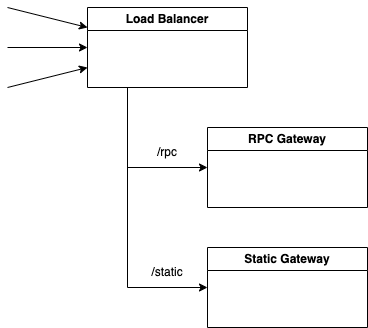
This is lab-01-diagram.drawio.png from matsuev/sirius, a draw.io export, as it was before one commit. Source tidied: cells renumbered, new cells last; positions are measured from the earlier drawing's top-left corner, leaving out a move shared by most shapes.
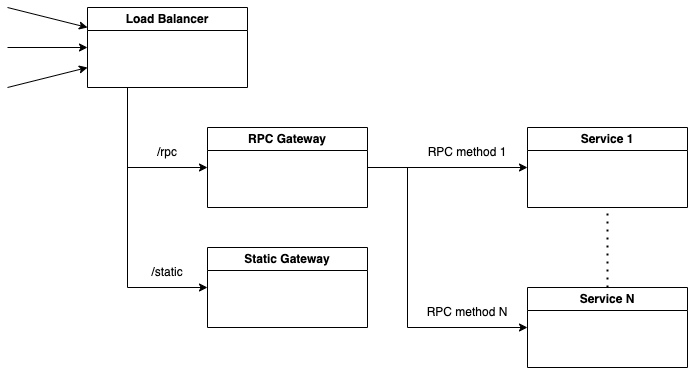
Above is the later version.

What changed in the source:
```diff
@@ -47,5 +47,31 @@
     <mxCell id="11" value="/static" style="text;html=1;strokeColor=none;fillColor=none;align=center;verticalAlign=middle;whiteSpace=wrap;rounded=0;" parent="1" vertex="1">
       <mxGeometry x="130" y="250" width="60" height="30" as="geometry" />
     </mxCell>
+    <mxCell id="12" value="Service 1" style="swimlane;whiteSpace=wrap;html=1;" parent="1" vertex="1">
+      <mxGeometry x="520" y="120" width="160" height="80" as="geometry" />
+    </mxCell>
+    <mxCell id="13" value="Service N" style="swimlane;whiteSpace=wrap;html=1;" parent="1" vertex="1">
+      <mxGeometry x="520" y="280" width="160" height="80" as="geometry" />
+    </mxCell>
+    <mxCell id="14" style="endArrow=none;dashed=1;html=1;dashPattern=1 3;strokeWidth=2;rounded=0;entryX=0.5;entryY=1;entryDx=0;entryDy=0;exitX=0.5;exitY=0;exitDx=0;exitDy=0;" parent="1" edge="1" source="13" target="12">
+      <mxGeometry relative="1" as="geometry" />
+    </mxCell>
+    <mxCell id="15" style="endArrow=classic;html=1;rounded=0;entryX=0;entryY=0.5;entryDx=0;entryDy=0;exitX=1;exitY=0.5;exitDx=0;exitDy=0;" parent="1" edge="1" source="6" target="12">
+      <mxGeometry relative="1" as="geometry" />
+    </mxCell>
+    <mxCell id="16" style="endArrow=classic;html=1;rounded=0;entryX=0;entryY=0.5;entryDx=0;entryDy=0;exitX=1;exitY=0.5;exitDx=0;exitDy=0;" parent="1" edge="1" source="6" target="13">
+      <mxGeometry relative="1" as="geometry">
+        <Array as="points">
+          <mxPoint x="400" y="160" />
+          <mxPoint x="400" y="320" />
+        </Array>
+      </mxGeometry>
+    </mxCell>
+    <mxCell id="17" value="RPC method 1" style="text;html=1;strokeColor=none;fillColor=none;align=center;verticalAlign=middle;whiteSpace=wrap;rounded=0;" parent="1" vertex="1">
+      <mxGeometry x="410" y="130" width="100" height="30" as="geometry" />
+    </mxCell>
+    <mxCell id="18" value="RPC method N" style="text;html=1;strokeColor=none;fillColor=none;align=center;verticalAlign=middle;whiteSpace=wrap;rounded=0;" parent="1" vertex="1">
+      <mxGeometry x="410" y="290" width="100" height="30" as="geometry" />
+    </mxCell>
   </root>
 </mxGraphModel>
```
